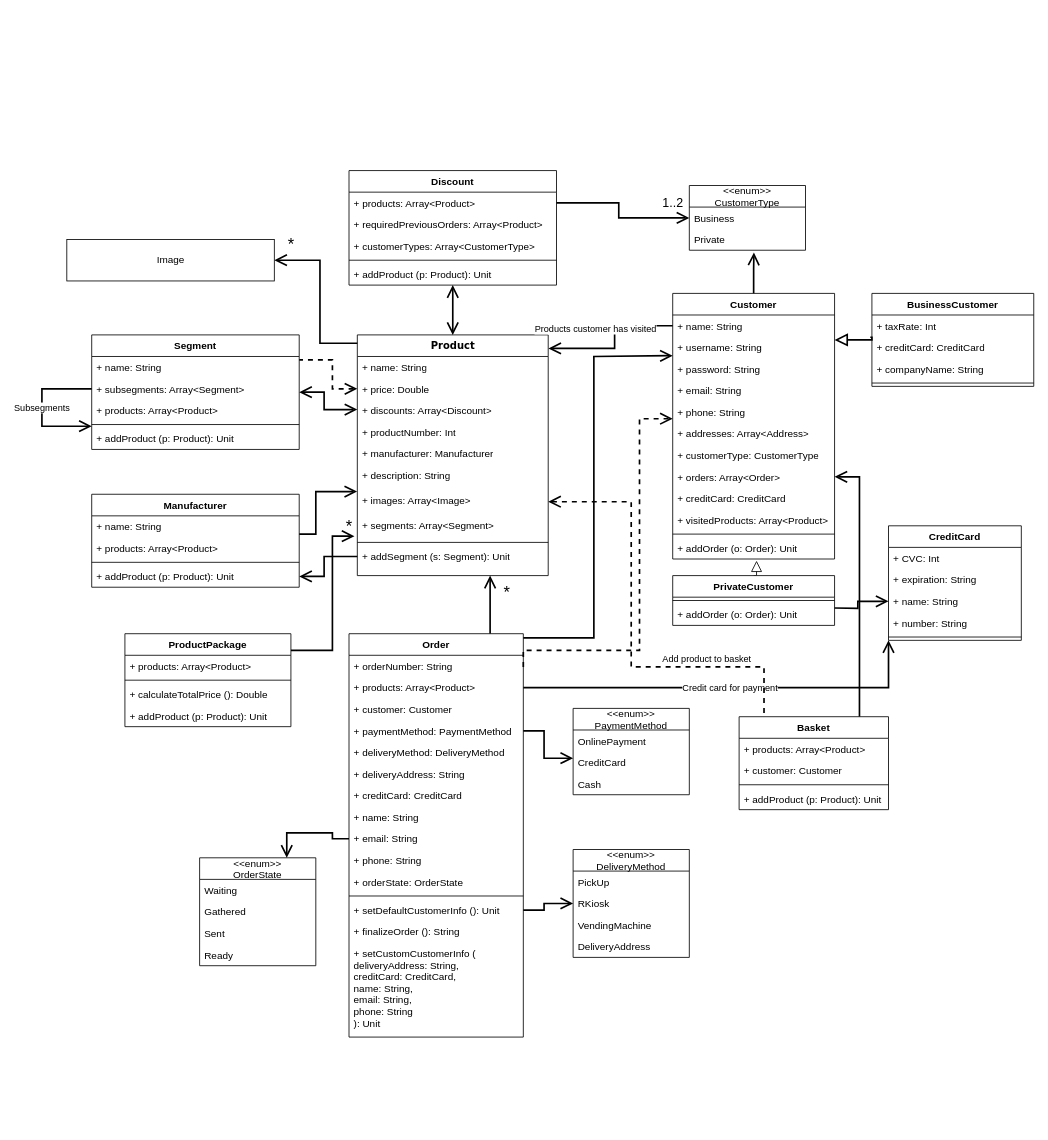
Earlier version of the draw.io diagram UMLFinal.drawio (olliglorioso/datasets). Source tidied: cells renumbered, new cells numbered last; positions are measured from the earlier drawing's top-left corner, leaving out a move shared by most shapes. Both pictures are drawn from the tidied source at 83%, with x=0, y=0 at pixel (42, 170).
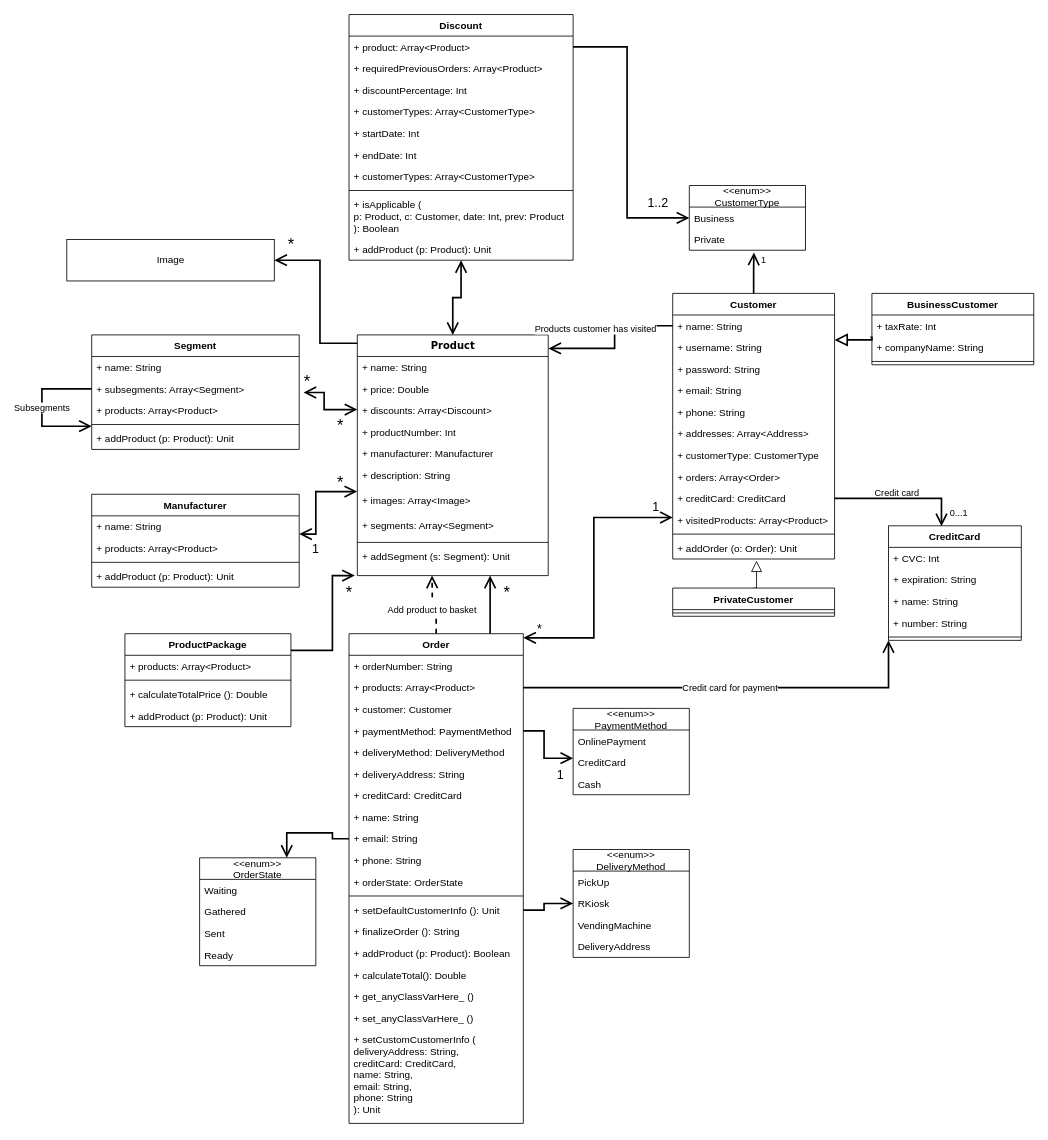
The same page after the edit.

The change refers to these unchanged cells:
```xml
<mxCell id="10" value="+ images: Array&amp;lt;Image&amp;gt;" style="text;html=1;strokeColor=none;fillColor=none;align=left;verticalAlign=top;spacingLeft=4;spacingRight=4;whiteSpace=wrap;overflow=hidden;points=[[0,0.5],[1,0.5]];portConstraint=eastwest;" parent="3" vertex="1">
  <mxGeometry y="186" width="230" height="30" as="geometry" />
</mxCell>
<mxCell id="11" value="+ segments: Array&amp;lt;Segment&amp;gt;" style="text;html=1;strokeColor=none;fillColor=none;align=left;verticalAlign=top;spacingLeft=4;spacingRight=4;whiteSpace=wrap;overflow=hidden;points=[[0,0.5],[1,0.5]];portConstraint=eastwest;" parent="3" vertex="1">
  <mxGeometry y="216" width="230" height="30" as="geometry" />
</mxCell>
<mxCell id="13" value="+ addSegment (s: Segment): Unit" style="text;html=1;strokeColor=none;fillColor=none;align=left;verticalAlign=top;spacingLeft=4;spacingRight=4;whiteSpace=wrap;overflow=hidden;points=[[0,0.5],[1,0.5]];portConstraint=eastwest;" parent="3" vertex="1">
  <mxGeometry y="254" width="230" height="26" as="geometry" />
</mxCell>
<mxCell id="40" value="+ orders: Array&amp;lt;Order&amp;gt;" style="text;html=1;strokeColor=none;fillColor=none;align=left;verticalAlign=top;spacingLeft=4;spacingRight=4;whiteSpace=wrap;overflow=hidden;points=[[0,0.5],[1,0.5]];portConstraint=eastwest;" parent="32" vertex="1">
  <mxGeometry y="208" width="195" height="26" as="geometry" />
</mxCell>
<mxCell id="41" value="+ creditCard: CreditCard" style="text;html=1;strokeColor=none;fillColor=none;align=left;verticalAlign=top;spacingLeft=4;spacingRight=4;whiteSpace=wrap;overflow=hidden;points=[[0,0.5],[1,0.5]];portConstraint=eastwest;" parent="32" vertex="1">
  <mxGeometry y="234" width="195" height="26" as="geometry" />
</mxCell>
<mxCell id="47" value="Segment" style="swimlane;fontStyle=1;align=center;verticalAlign=top;horizontal=1;startSize=26;" parent="1" vertex="1">
  <mxGeometry x="60" y="198" width="250" height="138" as="geometry" />
</mxCell>
<mxCell id="56" value="+ name: String" style="text;strokeColor=none;fillColor=none;align=left;verticalAlign=top;spacingLeft=4;spacingRight=4;overflow=hidden;points=[[0,0.5],[1,0.5]];portConstraint=eastwest;" parent="55" vertex="1">
  <mxGeometry y="26" width="250" height="26" as="geometry" />
</mxCell>
<mxCell id="59" value="+ addProduct (p: Product): Unit" style="text;strokeColor=none;fillColor=none;align=left;verticalAlign=top;spacingLeft=4;spacingRight=4;overflow=hidden;points=[[0,0.5],[1,0.5]];portConstraint=eastwest;" parent="55" vertex="1">
  <mxGeometry y="86" width="250" height="26" as="geometry" />
</mxCell>
<mxCell id="102" value="CreditCard" style="swimlane;fontStyle=1;align=center;verticalAlign=top;horizontal=1;startSize=26;" parent="1" vertex="1">
  <mxGeometry x="1020" y="428" width="160" height="138" as="geometry" />
</mxCell>
<mxCell id="105" value="+ name: String" style="text;strokeColor=none;fillColor=none;align=left;verticalAlign=top;spacingLeft=4;spacingRight=4;overflow=hidden;points=[[0,0.5],[1,0.5]];portConstraint=eastwest;" parent="102" vertex="1">
  <mxGeometry y="78" width="160" height="26" as="geometry" />
</mxCell>
```

What changed in the source:
```diff
@@
+    <mxCell id="117" value="&lt;font style=&quot;font-size: 11px;&quot;&gt;Add product to basket&lt;/font&gt;" style="edgeStyle=orthogonalEdgeStyle;rounded=0;jettySize=auto;html=1;exitX=0.5;exitY=0;exitDx=0;exitDy=0;labelBackgroundColor=default;strokeWidth=2;fontSize=20;startArrow=none;startFill=0;endArrow=open;endFill=0;startSize=11;endSize=11;dashed=1;" parent="1" edge="1" source="15">
+      <mxGeometry relative="1" as="geometry">
+        <mxPoint x="470" y="488" as="targetPoint" />
+      </mxGeometry>
+    </mxCell>
     <mxCell id="15" value="Order" style="swimlane;fontStyle=1;align=center;verticalAlign=top;horizontal=1;startSize=26;" parent="1" vertex="1">
-      <mxGeometry x="370" y="558" width="210" height="486" as="geometry" />
+      <mxGeometry x="370" y="558" width="210" height="590" as="geometry" />
     </mxCell>
@@
+    <mxCell id="125" value="+ addProduct (p: Product): Boolean" style="text;strokeColor=none;fillColor=none;align=left;verticalAlign=top;spacingLeft=4;spacingRight=4;overflow=hidden;" parent="15" vertex="1">
+      <mxGeometry y="372" width="210" height="26" as="geometry" />
+    </mxCell>
+    <mxCell id="126" value="+ calculateTotal(): Double" style="text;strokeColor=none;fillColor=none;align=left;verticalAlign=top;spacingLeft=4;spacingRight=4;overflow=hidden;" parent="15" vertex="1">
+      <mxGeometry y="398" width="210" height="26" as="geometry" />
+    </mxCell>
+    <mxCell id="127" value="+ get_anyClassVarHere_ ()" style="text;strokeColor=none;fillColor=none;align=left;verticalAlign=top;spacingLeft=4;spacingRight=4;overflow=hidden;" parent="15" vertex="1">
+      <mxGeometry y="424" width="210" height="26" as="geometry" />
+    </mxCell>
+    <mxCell id="128" value="+ set_anyClassVarHere_ ()" style="text;strokeColor=none;fillColor=none;align=left;verticalAlign=top;spacingLeft=4;spacingRight=4;overflow=hidden;" parent="15" vertex="1">
+      <mxGeometry y="450" width="210" height="26" as="geometry" />
+    </mxCell>
     <mxCell id="30" value="+ setCustomCustomerInfo (&#10;deliveryAddress: String, &#10;creditCard: CreditCard,&#10;name: String,&#10;email: String,&#10;phone: String&#10;): Unit" style="text;strokeColor=none;fillColor=none;align=left;verticalAlign=top;spacingLeft=4;spacingRight=4;overflow=hidden;" parent="15" vertex="1">
-      <mxGeometry y="372" width="210" height="114" as="geometry" />
+      <mxGeometry y="476" width="210" height="114" as="geometry" />
     </mxCell>
@@
-    <mxCell id="45" style="edgeStyle=orthogonalEdgeStyle;rounded=0;jettySize=auto;html=1;entryX=-0.001;entryY=0.092;entryDx=0;entryDy=0;entryPerimeter=0;endArrow=open;endFill=0;startSize=11;endSize=11;strokeWidth=2;" parent="1" edge="1" source="56" target="10">
+    <mxCell id="45" style="edgeStyle=orthogonalEdgeStyle;rounded=0;jettySize=auto;html=1;entryX=-0.001;entryY=0.092;entryDx=0;entryDy=0;entryPerimeter=0;endArrow=open;endFill=0;startSize=11;endSize=11;strokeWidth=2;startArrow=open;startFill=0;" parent="1" edge="1" source="56" target="10">
       <mxGeometry relative="1" as="geometry">
         <Array as="points">
           <mxPoint x="330" y="438" />
           <mxPoint x="330" y="387" />
         </Array>
       </mxGeometry>
     </mxCell>
-    <mxCell id="46" style="edgeStyle=orthogonalEdgeStyle;rounded=0;jettySize=auto;html=1;startArrow=open;startFill=0;endArrow=open;endFill=0;endSize=11;startSize=11;strokeWidth=2;" parent="1" edge="1" source="47">
+    <mxCell id="46" style="edgeStyle=orthogonalEdgeStyle;rounded=0;jettySize=auto;html=1;startArrow=open;startFill=0;endArrow=open;endFill=0;endSize=11;startSize=11;strokeWidth=2;exitX=0.421;exitY=0.98;exitDx=0;exitDy=0;exitPerimeter=0;" parent="1" edge="1" source="134">
       <mxGeometry relative="1" as="geometry">
         <mxPoint x="380" y="288" as="targetPoint" />
         <Array as="points">
           <mxPoint x="340" y="267" />
           <mxPoint x="340" y="288" />
-          <mxPoint x="380" y="288" />
         </Array>
       </mxGeometry>
     </mxCell>
@@
-    <mxCell id="54" style="edgeStyle=orthogonalEdgeStyle;rounded=0;orthogonalLoop=1;jettySize=auto;html=1;strokeWidth=2;startArrow=none;startFill=0;endArrow=open;endFill=0;startSize=11;endSize=11;dashed=1;" parent="1" edge="1">
-      <mxGeometry relative="1" as="geometry">
-        <mxPoint x="580" y="598" as="sourcePoint" />
-        <mxPoint x="760" y="299" as="targetPoint" />
-        <Array as="points">
-          <mxPoint x="580" y="578" />
-          <mxPoint x="720" y="578" />
-          <mxPoint x="720" y="299" />
-        </Array>
-      </mxGeometry>
-    </mxCell>
@@
-    <mxCell id="60" style="edgeStyle=orthogonalEdgeStyle;rounded=0;orthogonalLoop=1;jettySize=auto;html=1;dashed=1;startArrow=open;startFill=0;endArrow=none;endFill=0;endSize=11;startSize=11;strokeWidth=2;" parent="1" edge="1">
-      <mxGeometry relative="1" as="geometry">
-        <mxPoint x="380" y="263" as="sourcePoint" />
-        <mxPoint x="310" y="228" as="targetPoint" />
-        <Array as="points">
-          <mxPoint x="350" y="263" />
-          <mxPoint x="350" y="228" />
-        </Array>
-      </mxGeometry>
-    </mxCell>
@@
-    <mxCell id="66" value="*" style="edgeStyle=orthogonalEdgeStyle;rounded=0;jettySize=auto;html=1;entryX=-0.015;entryY=0.883;entryDx=0;entryDy=0;entryPerimeter=0;strokeWidth=2;startArrow=none;startFill=0;endArrow=open;endFill=0;startSize=11;endSize=11;fontSize=20;labelBackgroundColor=none;" parent="1" edge="1" target="11">
-      <mxGeometry x="0.94" y="12" relative="1" as="geometry">
+    <mxCell id="66" value="*" style="edgeStyle=orthogonalEdgeStyle;rounded=0;orthogonalLoop=1;jettySize=auto;html=1;strokeWidth=2;startArrow=none;startFill=0;endArrow=open;endFill=0;startSize=11;endSize=11;fontSize=20;labelBackgroundColor=none;" parent="1" edge="1">
+      <mxGeometry x="0.44" y="-20" relative="1" as="geometry">
         <mxPoint x="300" y="578" as="sourcePoint" />
+        <mxPoint x="377" y="488" as="targetPoint" />
         <Array as="points">
           <mxPoint x="350" y="578" />
-          <mxPoint x="350" y="441" />
+          <mxPoint x="350" y="488" />
+          <mxPoint x="377" y="488" />
         </Array>
       </mxGeometry>
     </mxCell>
@@
     <mxCell id="68" value="PrivateCustomer" style="swimlane;fontStyle=1;align=center;verticalAlign=top;horizontal=1;startSize=26;" parent="1" vertex="1">
-      <mxGeometry x="760" y="488" width="195" height="60" as="geometry" />
+      <mxGeometry x="760" y="503" width="195" height="34" as="geometry" />
     </mxCell>
@@
-    <mxCell id="70" value="+ addOrder (o: Order): Unit" style="text;strokeColor=none;fillColor=none;align=left;verticalAlign=top;spacingLeft=4;spacingRight=4;overflow=hidden;" parent="68" vertex="1">
-      <mxGeometry y="34" width="195" height="26" as="geometry" />
-    </mxCell>
     <mxCell id="71" value="BusinessCustomer" style="swimlane;fontStyle=1;align=center;verticalAlign=top;horizontal=1;startSize=26;" parent="1" vertex="1">
-      <mxGeometry x="1000" y="148" width="195" height="112" as="geometry" />
+      <mxGeometry x="1000" y="148" width="195" height="86" as="geometry" />
     </mxCell>
@@
-    <mxCell id="73" value="+ creditCard: CreditCard" style="text;html=1;strokeColor=none;fillColor=none;align=left;verticalAlign=top;spacingLeft=4;spacingRight=4;whiteSpace=wrap;overflow=hidden;" parent="71" vertex="1">
-      <mxGeometry y="52" width="195" height="26" as="geometry" />
-    </mxCell>
     <mxCell id="74" value="+ companyName: String" style="text;html=1;strokeColor=none;fillColor=none;align=left;verticalAlign=top;spacingLeft=4;spacingRight=4;whiteSpace=wrap;overflow=hidden;" parent="71" vertex="1">
-      <mxGeometry y="78" width="195" height="26" as="geometry" />
+      <mxGeometry y="52" width="195" height="26" as="geometry" />
     </mxCell>
     <mxCell id="75" style="line;strokeWidth=1;fillColor=none;align=left;verticalAlign=middle;spacingTop=-1;spacingLeft=3;spacingRight=3;labelPosition=right;strokeColor=inherit;" parent="71" vertex="1">
-      <mxGeometry y="104" width="195" height="8" as="geometry" />
+      <mxGeometry y="78" width="195" height="8" as="geometry" />
     </mxCell>
@@
     <mxCell id="78" value="Discount" style="swimlane;fontStyle=1;align=center;verticalAlign=top;horizontal=1;startSize=26;" parent="1" vertex="1">
-      <mxGeometry x="370" width="250" height="138" as="geometry" />
+      <mxGeometry x="370" y="-188" width="270" height="296" as="geometry" />
     </mxCell>
-    <mxCell id="79" value="+ products: Array&lt;Product&gt;" style="text;strokeColor=none;fillColor=none;align=left;verticalAlign=top;spacingLeft=4;spacingRight=4;overflow=hidden;points=[[0,0.5],[1,0.5]];portConstraint=eastwest;" parent="78" vertex="1">
-      <mxGeometry y="26" width="250" height="26" as="geometry" />
+    <mxCell id="79" value="+ product: Array&lt;Product&gt;" style="text;strokeColor=none;fillColor=none;align=left;verticalAlign=top;spacingLeft=4;spacingRight=4;overflow=hidden;points=[[0,0.5],[1,0.5]];portConstraint=eastwest;" parent="78" vertex="1">
+      <mxGeometry y="26" width="270" height="26" as="geometry" />
     </mxCell>
     <mxCell id="80" value="+ requiredPreviousOrders: Array&lt;Product&gt;" style="text;strokeColor=none;fillColor=none;align=left;verticalAlign=top;spacingLeft=4;spacingRight=4;overflow=hidden;" parent="78" vertex="1">
-      <mxGeometry y="52" width="250" height="26" as="geometry" />
+      <mxGeometry y="52" width="270" height="26" as="geometry" />
     </mxCell>
+    <mxCell id="129" value="+ discountPercentage: Int" style="text;strokeColor=none;fillColor=none;align=left;verticalAlign=top;spacingLeft=4;spacingRight=4;overflow=hidden;" parent="78" vertex="1">
+      <mxGeometry y="78" width="270" height="26" as="geometry" />
+    </mxCell>
     <mxCell id="81" value="+ customerTypes: Array&lt;CustomerType&gt;" style="text;strokeColor=none;fillColor=none;align=left;verticalAlign=top;spacingLeft=4;spacingRight=4;overflow=hidden;" parent="78" vertex="1">
-      <mxGeometry y="78" width="250" height="26" as="geometry" />
+      <mxGeometry y="104" width="270" height="26" as="geometry" />
     </mxCell>
+    <mxCell id="130" value="+ startDate: Int" style="text;strokeColor=none;fillColor=none;align=left;verticalAlign=top;spacingLeft=4;spacingRight=4;overflow=hidden;" parent="78" vertex="1">
+      <mxGeometry y="130" width="270" height="26" as="geometry" />
+    </mxCell>
+    <mxCell id="131" value="+ endDate: Int" style="text;strokeColor=none;fillColor=none;align=left;verticalAlign=top;spacingLeft=4;spacingRight=4;overflow=hidden;" parent="78" vertex="1">
+      <mxGeometry y="156" width="270" height="26" as="geometry" />
+    </mxCell>
+    <mxCell id="132" value="+ customerTypes: Array&lt;CustomerType&gt;" style="text;strokeColor=none;fillColor=none;align=left;verticalAlign=top;spacingLeft=4;spacingRight=4;overflow=hidden;" parent="78" vertex="1">
+      <mxGeometry y="182" width="270" height="26" as="geometry" />
+    </mxCell>
     <mxCell id="82" style="line;strokeWidth=1;fillColor=none;align=left;verticalAlign=middle;spacingTop=-1;spacingLeft=3;spacingRight=3;labelPosition=right;strokeColor=inherit;" parent="78" vertex="1">
-      <mxGeometry y="104" width="250" height="8" as="geometry" />
+      <mxGeometry y="208" width="270" height="8" as="geometry" />
     </mxCell>
+    <mxCell id="133" value="+ isApplicable (&#10;p: Product, c: Customer, date: Int, prev: Product&#10;): Boolean" style="text;strokeColor=none;fillColor=none;align=left;verticalAlign=top;spacingLeft=4;spacingRight=4;overflow=hidden;" parent="78" vertex="1">
+      <mxGeometry y="216" width="270" height="54" as="geometry" />
+    </mxCell>
     <mxCell id="83" value="+ addProduct (p: Product): Unit" style="text;strokeColor=none;fillColor=none;align=left;verticalAlign=top;spacingLeft=4;spacingRight=4;overflow=hidden;" parent="78" vertex="1">
-      <mxGeometry y="112" width="250" height="26" as="geometry" />
+      <mxGeometry y="270" width="270" height="26" as="geometry" />
     </mxCell>
@@
-    <mxCell id="101" style="edgeStyle=orthogonalEdgeStyle;rounded=0;jettySize=auto;html=1;strokeWidth=2;endArrow=open;endFill=0;entryX=0;entryY=0.5;entryDx=0;entryDy=0;endSize=11;startSize=11;" parent="1" edge="1" target="105">
-      <mxGeometry relative="1" as="geometry">
-        <mxPoint x="955" y="527" as="sourcePoint" />
-      </mxGeometry>
-    </mxCell>
@@
-    <mxCell id="110" style="edgeStyle=orthogonalEdgeStyle;rounded=0;orthogonalLoop=1;jettySize=auto;html=1;startArrow=none;startFill=0;endArrow=open;endFill=0;endSize=11;startSize=11;strokeWidth=2;" parent="1" edge="1">
+    <mxCell id="110" style="edgeStyle=orthogonalEdgeStyle;rounded=0;orthogonalLoop=1;jettySize=auto;html=1;startArrow=open;startFill=0;endArrow=open;endFill=0;endSize=11;startSize=11;strokeWidth=2;" parent="1" edge="1">
       <mxGeometry relative="1" as="geometry">
         <mxPoint x="580" y="563" as="sourcePoint" />
-        <mxPoint x="760" y="223" as="targetPoint" />
+        <mxPoint x="760" y="418" as="targetPoint" />
         <Array as="points">
-          <mxPoint x="580" y="563" />
           <mxPoint x="665" y="563" />
-          <mxPoint x="665" y="224" />
+          <mxPoint x="665" y="418" />
+          <mxPoint x="760" y="418" />
         </Array>
       </mxGeometry>
     </mxCell>
-    <mxCell id="111" style="edgeStyle=orthogonalEdgeStyle;rounded=0;jettySize=auto;html=1;entryX=1;entryY=0.5;entryDx=0;entryDy=0;strokeWidth=2;endArrow=open;endFill=0;startSize=11;endSize=11;" parent="1" edge="1" source="112" target="40">
-      <mxGeometry relative="1" as="geometry">
-        <Array as="points">
-          <mxPoint x="985" y="369" />
-        </Array>
-      </mxGeometry>
-    </mxCell>
-    <mxCell id="112" value="Basket" style="swimlane;fontStyle=1;align=center;verticalAlign=top;horizontal=1;startSize=26;" parent="1" vertex="1">
-      <mxGeometry x="840" y="658" width="180" height="112" as="geometry" />
-    </mxCell>
-    <mxCell id="113" value="+ products: Array&lt;Product&gt;" style="text;strokeColor=none;fillColor=none;align=left;verticalAlign=top;spacingLeft=4;spacingRight=4;overflow=hidden;" parent="112" vertex="1">
-      <mxGeometry y="26" width="180" height="26" as="geometry" />
-    </mxCell>
-    <mxCell id="114" value="+ customer: Customer" style="text;strokeColor=none;fillColor=none;align=left;verticalAlign=top;spacingLeft=4;spacingRight=4;overflow=hidden;" parent="112" vertex="1">
-      <mxGeometry y="52" width="180" height="26" as="geometry" />
-    </mxCell>
-    <mxCell id="115" style="line;strokeWidth=1;fillColor=none;align=left;verticalAlign=middle;spacingTop=-1;spacingLeft=3;spacingRight=3;labelPosition=right;strokeColor=inherit;" parent="112" vertex="1">
-      <mxGeometry y="78" width="180" height="8" as="geometry" />
-    </mxCell>
-    <mxCell id="116" value="+ addProduct (p: Product): Unit" style="text;strokeColor=none;fillColor=none;align=left;verticalAlign=top;spacingLeft=4;spacingRight=4;overflow=hidden;" parent="112" vertex="1">
-      <mxGeometry y="86" width="180" height="26" as="geometry" />
-    </mxCell>
-    <mxCell id="117" value="Add product to basket" style="edgeStyle=orthogonalEdgeStyle;rounded=0;jettySize=auto;html=1;strokeWidth=2;endArrow=none;endFill=0;startSize=11;endSize=11;startArrow=open;startFill=0;dashed=1;" parent="1" edge="1" source="10">
-      <mxGeometry x="0.5" y="10" relative="1" as="geometry">
-        <mxPoint x="870" y="658" as="targetPoint" />
-        <Array as="points">
-          <mxPoint x="710" y="399" />
-          <mxPoint x="710" y="598" />
-          <mxPoint x="870" y="598" />
-          <mxPoint x="870" y="648" />
-        </Array>
-        <mxPoint x="1" as="offset" />
-      </mxGeometry>
-    </mxCell>
@@
-    <mxCell id="124" style="edgeStyle=orthogonalEdgeStyle;rounded=0;jettySize=auto;html=1;strokeWidth=2;startArrow=none;startFill=0;endArrow=open;endFill=0;startSize=11;endSize=11;fontSize=20;" parent="1" edge="1" source="13" target="59">
-      <mxGeometry relative="1" as="geometry">
-        <Array as="points">
-          <mxPoint x="340" y="465" />
-          <mxPoint x="340" y="489" />
-        </Array>
-      </mxGeometry>
-    </mxCell>
+    <mxCell id="134" value="*" style="text;strokeColor=none;align=center;fillColor=none;html=1;verticalAlign=middle;whiteSpace=wrap;rounded=0;fontSize=20;" parent="1" vertex="1">
+      <mxGeometry x="290" y="238" width="60" height="30" as="geometry" />
+    </mxCell>
+    <mxCell id="135" value="*" style="text;strokeColor=none;align=center;fillColor=none;html=1;verticalAlign=middle;whiteSpace=wrap;rounded=0;fontSize=20;" parent="1" vertex="1">
+      <mxGeometry x="330" y="291" width="60" height="30" as="geometry" />
+    </mxCell>
+    <mxCell id="136" value="Credit card" style="edgeStyle=orthogonalEdgeStyle;rounded=0;jettySize=auto;html=1;entryX=0.399;entryY=0.004;entryDx=0;entryDy=0;entryPerimeter=0;labelBackgroundColor=none;strokeWidth=2;fontSize=11;startArrow=none;startFill=0;endArrow=open;endFill=0;startSize=11;endSize=11;" parent="1" edge="1" source="41" target="102">
+      <mxGeometry x="-0.08" y="7" relative="1" as="geometry" />
+    </mxCell>
+    <mxCell id="137" value="0...1" style="text;strokeColor=none;align=center;fillColor=none;html=1;verticalAlign=middle;whiteSpace=wrap;rounded=0;fontSize=11;" parent="1" vertex="1">
+      <mxGeometry x="1080" y="398" width="50" height="30" as="geometry" />
+    </mxCell>
+    <mxCell id="138" value="1" style="text;strokeColor=none;align=center;fillColor=none;html=1;verticalAlign=middle;whiteSpace=wrap;rounded=0;fontSize=11;" parent="1" vertex="1">
+      <mxGeometry x="840" y="93" width="60" height="30" as="geometry" />
+    </mxCell>
+    <mxCell id="139" value="&lt;font style=&quot;font-size: 20px;&quot;&gt;*&lt;/font&gt;" style="text;strokeColor=none;align=center;fillColor=none;html=1;verticalAlign=middle;whiteSpace=wrap;rounded=0;fontSize=11;" parent="1" vertex="1">
+      <mxGeometry x="330" y="360" width="60" height="30" as="geometry" />
+    </mxCell>
+    <mxCell id="140" value="&lt;font style=&quot;font-size: 15px;&quot;&gt;1&lt;/font&gt;" style="text;strokeColor=none;align=center;fillColor=none;html=1;verticalAlign=middle;whiteSpace=wrap;rounded=0;fontSize=20;" parent="1" vertex="1">
+      <mxGeometry x="300" y="438" width="60" height="30" as="geometry" />
+    </mxCell>
+    <mxCell id="141" value="1" style="text;strokeColor=none;align=center;fillColor=none;html=1;verticalAlign=middle;whiteSpace=wrap;rounded=0;fontSize=15;" parent="1" vertex="1">
+      <mxGeometry x="710" y="390" width="60" height="30" as="geometry" />
+    </mxCell>
+    <mxCell id="142" value="*" style="text;strokeColor=none;align=center;fillColor=none;html=1;verticalAlign=middle;whiteSpace=wrap;rounded=0;fontSize=15;" parent="1" vertex="1">
+      <mxGeometry x="570" y="537" width="60" height="30" as="geometry" />
+    </mxCell>
+    <mxCell id="143" value="1" style="text;strokeColor=none;align=center;fillColor=none;html=1;verticalAlign=middle;whiteSpace=wrap;rounded=0;fontSize=15;" parent="1" vertex="1">
+      <mxGeometry x="610" y="718" width="30" height="20" as="geometry" />
+    </mxCell>
```
